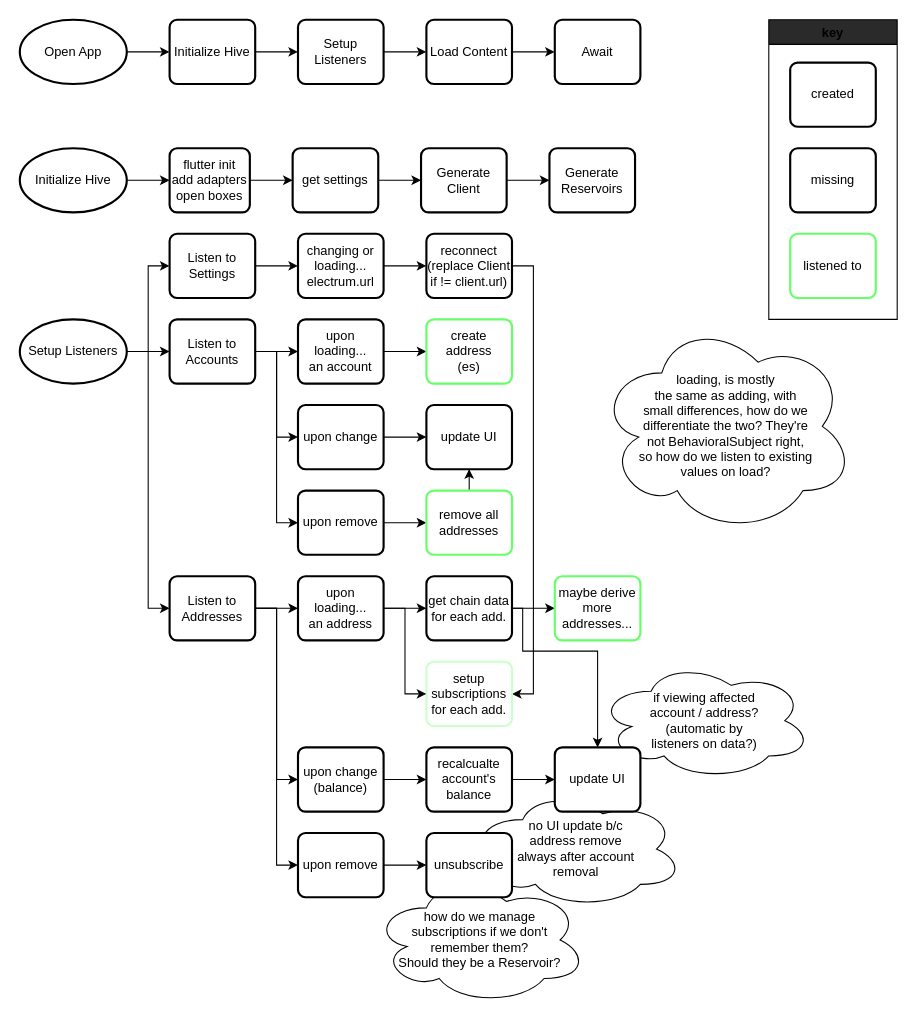
Earlier version of the draw.io diagram raven_back/docs/diagrams/startup-process.drawio (moontreeapp/moontree). Source tidied: cells renumbered, new cells numbered last; positions are measured from the earlier drawing's top-left corner, leaving out a move shared by most shapes. Both pictures are drawn from the tidied source at 107%, with x=0, y=0 at pixel (19, 19).
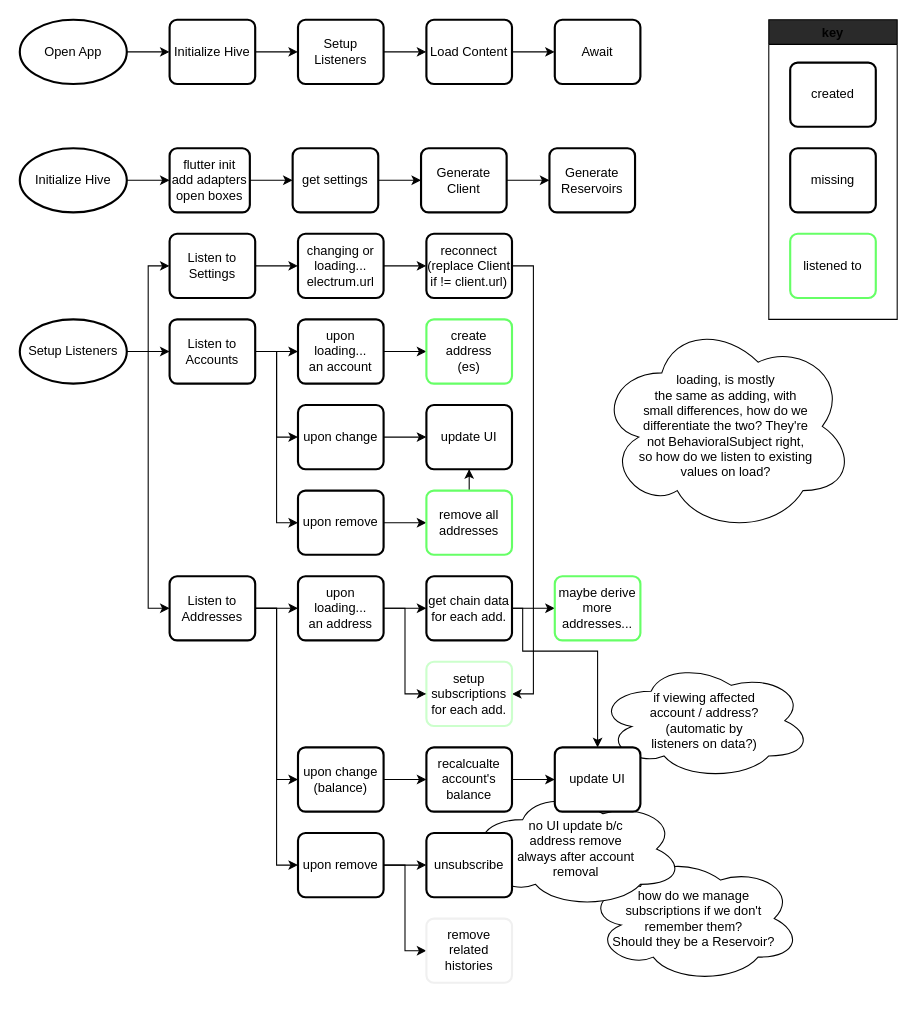
Above is the later version.

Commit message (it also covers changes not shown here):
updated dep graph, todo next: manage subscriptions somewhere, create client

Unchanged cells that the change refers to:
```xml
<mxCell id="57" value="upon remove" style="rounded=1;whiteSpace=wrap;html=1;absoluteArcSize=1;arcSize=14;strokeWidth=2;" parent="1" vertex="1">
  <mxGeometry x="260" y="760" width="80" height="60" as="geometry" />
</mxCell>
```

Diff of the diagram source:
```diff
@@
     <mxCell id="2" value="how do we manage&lt;br&gt;subscriptions if we don't&lt;br&gt;remember them? &lt;br&gt;Should they be a Reservoir?" style="ellipse;shape=cloud;whiteSpace=wrap;html=1;" parent="1" vertex="1">
-      <mxGeometry x="330" y="800" width="200" height="120" as="geometry" />
+      <mxGeometry x="530" y="780" width="200" height="120" as="geometry" />
     </mxCell>
@@
+    <mxCell id="72" style="edgeStyle=orthogonalEdgeStyle;rounded=0;jettySize=auto;html=1;entryX=0;entryY=0.5;entryDx=0;entryDy=0;" parent="1" edge="1" source="57" target="73">
+      <mxGeometry relative="1" as="geometry" />
+    </mxCell>
@@
+    <mxCell id="73" value="remove related histories" style="rounded=1;whiteSpace=wrap;html=1;absoluteArcSize=1;arcSize=14;strokeWidth=2;strokeColor=#F0F0F0;" parent="1" vertex="1">
+      <mxGeometry x="380" y="840" width="80" height="60" as="geometry" />
+    </mxCell>
```
